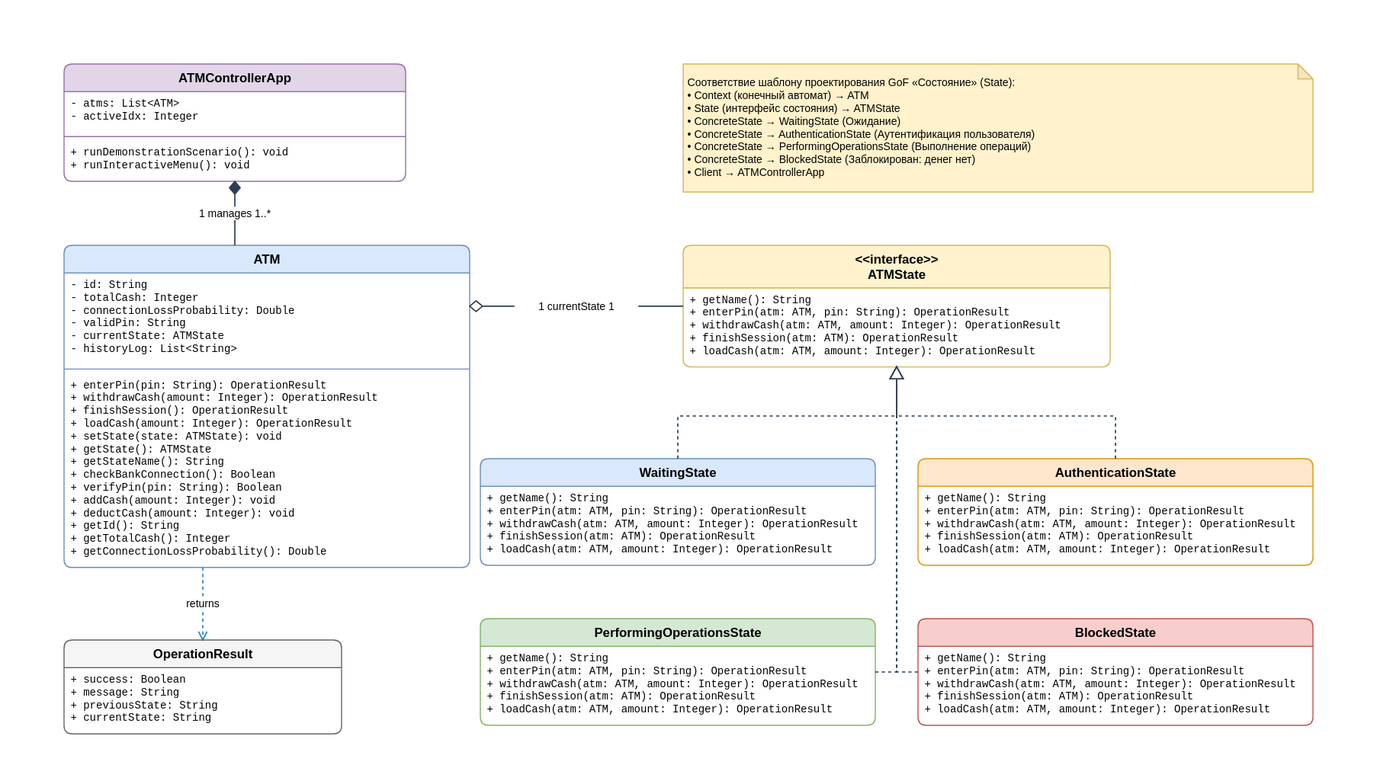
The PlantUML diagram lab-4/class_diagram.drawio.svg in NomenConservandum/informational-systems-and-design-lab-exercises, before a commit. Its source is kept beside it as lab-4/class_diagram.puml.
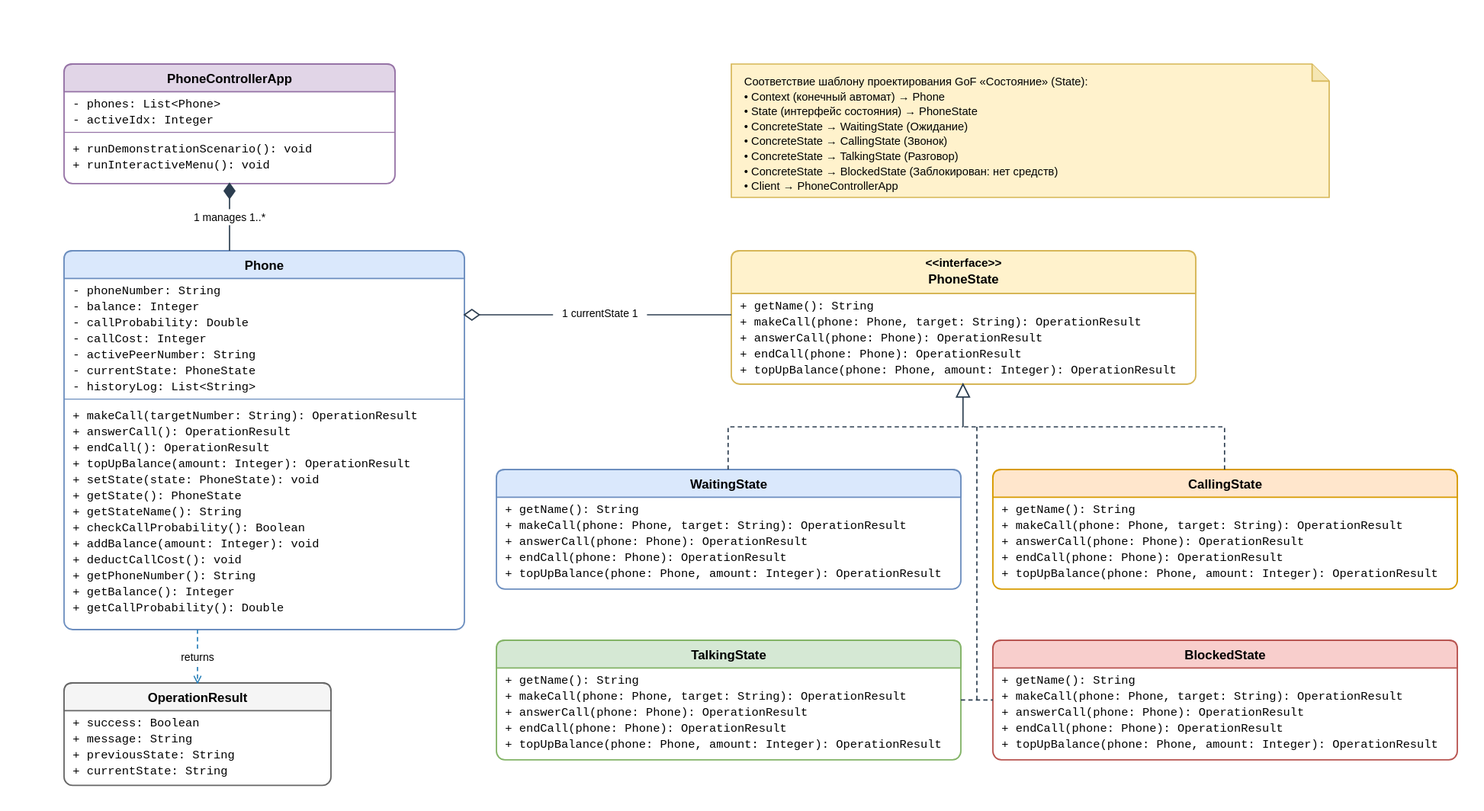
After the change.

Diff of the diagram source:
```diff
@@ -2,42 +2,83 @@
 skinparam classAttributeIconSize 0
 skinparam monochrome false
 skinparam roundcorner 10
-skinparam packageStyle rectangle
+skinparam shadowing false
 
 skinparam class {
     BackgroundColor White
     BorderColor #2C3E50
-    ArrowColor #2980B9
+    ArrowColor #2C3E50
+    FontName Helvetica
 }
 
-class ATMControllerApp {
-    - atms: List<ATM>
+class PhoneControllerApp {
+    - phones: List<Phone>
     - activeIdx: Integer
     + runDemonstrationScenario(): void
     + runInteractiveMenu(): void
 }
 
-class ATM {
-    - id: String
-    - totalCash: Integer
-    - connectionLossProbability: Double
-    - validPin: String
-    - currentState: ATMState
+class Phone {
+    - phoneNumber: String
+    - balance: Integer
+    - callProbability: Double
+    - callCost: Integer
+    - activePeerNumber: String
+    - currentState: PhoneState
     - historyLog: List<String>
-    + enterPin(pin: String): OperationResult
-    + withdrawCash(amount: Integer): OperationResult
-    + finishSession(): OperationResult
-    + loadCash(amount: Integer): OperationResult
-    + setState(state: ATMState): void
-    + getState(): ATMState
+    + makeCall(targetNumber: String): OperationResult
+    + answerCall(): OperationResult
+    + endCall(): OperationResult
+    + topUpBalance(amount: Integer): OperationResult
+    + setState(state: PhoneState): void
+    + getState(): PhoneState
     + getStateName(): String
-    + checkBankConnection(): Boolean
-    + verifyPin(pin: String): Boolean
-    + addCash(amount: Integer): void
-    + deductCash(amount: Integer): void
-    + getId(): String
-    + getTotalCash(): Integer
-    + getConnectionLossProbability(): Double
+    + checkCallProbability(): Boolean
+    + addBalance(amount: Integer): void
+    + deductCallCost(): void
+    + getPhoneNumber(): String
+    + getBalance(): Integer
+    + getCallProbability(): Double
+}
+
+interface PhoneState <<interface>> {
+    + getName(): String
+    + makeCall(phone: Phone, targetNumber: String): OperationResult
+    + answerCall(phone: Phone): OperationResult
+    + endCall(phone: Phone): OperationResult
+    + topUpBalance(phone: Phone, amount: Integer): OperationResult
+}
+
+class WaitingState {
+    + getName(): String
+    + makeCall(phone: Phone, targetNumber: String): OperationResult
+    + answerCall(phone: Phone): OperationResult
+    + endCall(phone: Phone): OperationResult
+    + topUpBalance(phone: Phone, amount: Integer): OperationResult
+}
+
+class CallingState {
+    + getName(): String
+    + makeCall(phone: Phone, targetNumber: String): OperationResult
+    + answerCall(phone: Phone): OperationResult
+    + endCall(phone: Phone): OperationResult
+    + topUpBalance(phone: Phone, amount: Integer): OperationResult
+}
+
+class TalkingState {
+    + getName(): String
+    + makeCall(phone: Phone, targetNumber: String): OperationResult
+    + answerCall(phone: Phone): OperationResult
+    + endCall(phone: Phone): OperationResult
+    + topUpBalance(phone: Phone, amount: Integer): OperationResult
+}
+
+class BlockedState {
+    + getName(): String
+    + makeCall(phone: Phone, targetNumber: String): OperationResult
+    + answerCall(phone: Phone): OperationResult
+    + endCall(phone: Phone): OperationResult
+    + topUpBalance(phone: Phone, amount: Integer): OperationResult
 }
 
 class OperationResult {
@@ -47,55 +88,24 @@
     + currentState: String
 }
 
-interface ATMState {
-    + getName(): String
-    + enterPin(atm: ATM, pin: String): OperationResult
-    + withdrawCash(atm: ATM, amount: Integer): OperationResult
-    + finishSession(atm: ATM): OperationResult
-    + loadCash(atm: ATM, amount: Integer): OperationResult
-}
+PhoneControllerApp "1" *-- "1..*" Phone : manages
+Phone "1" o-- "1" PhoneState : currentState
+Phone ..> OperationResult : returns
 
-class WaitingState {
-    + getName(): String
-    + enterPin(atm: ATM, pin: String): OperationResult
-    + withdrawCash(atm: ATM, amount: Integer): OperationResult
-    + finishSession(atm: ATM): OperationResult
-    + loadCash(atm: ATM, amount: Integer): OperationResult
-}
+PhoneState <|.. WaitingState
+PhoneState <|.. CallingState
+PhoneState <|.. TalkingState
+PhoneState <|.. BlockedState
 
-class AuthenticationState {
-    + getName(): String
-    + enterPin(atm: ATM, pin: String): OperationResult
-    + withdrawCash(atm: ATM, amount: Integer): OperationResult
-    + finishSession(atm: ATM): OperationResult
-    + loadCash(atm: ATM, amount: Integer): OperationResult
-}
-
-class PerformingOperationsState {
-    + getName(): String
-    + enterPin(atm: ATM, pin: String): OperationResult
-    + withdrawCash(atm: ATM, amount: Integer): OperationResult
-    + finishSession(atm: ATM): OperationResult
-    + loadCash(atm: ATM, amount: Integer): OperationResult
-}
-
-class BlockedState {
-    + getName(): String
-    + enterPin(atm: ATM, pin: String): OperationResult
-    + withdrawCash(atm: ATM, amount: Integer): OperationResult
-    + finishSession(atm: ATM): OperationResult
-    + loadCash(atm: ATM, amount: Integer): OperationResult
-}
-
-ATMControllerApp "1" *-- "1..*" ATM : manages >
-ATM "1" o-- "1" ATMState : currentState >
-ATM ..> OperationResult : returns
-
-ATMState <|.. WaitingState
-ATMState <|.. AuthenticationState
-ATMState <|.. PerformingOperationsState
-ATMState <|.. BlockedState
-
-note "Соответствие шаблону GoF «Состояние» (State):\n• Context → ATM\n• State → ATMState\n• ConcreteState → WaitingState, AuthenticationState,\n  PerformingOperationsState, BlockedState\n• Client → ATMControllerApp" as N1
+note top of PhoneState
+  Соответствие шаблону проектирования GoF «Состояние» (State):
+  • Context (конечный автомат) → Phone
+  • State (интерфейс состояния) → PhoneState
+  • ConcreteState → WaitingState (Ожидание)
+  • ConcreteState → CallingState (Звонок)
+  • ConcreteState → TalkingState (Разговор)
+  • ConcreteState → BlockedState (Заблокирован: нет средств)
+  • Client → PhoneControllerApp
+end note
 
 @enduml
```
